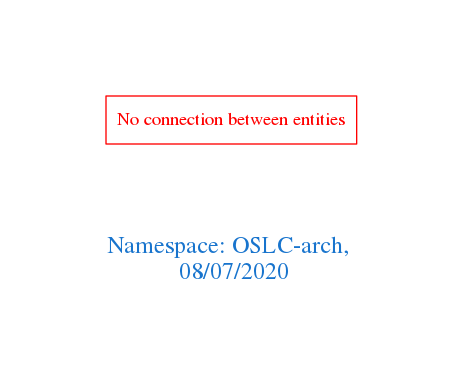
arago/OGIT keeps this Graphviz diagram as downloads/OSLC-arch.png. Above is the earlier version. Its source is kept beside it as downloads/OSLC-arch.dot.
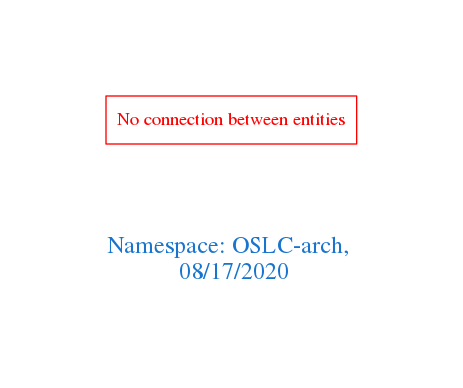
Later version of the same file.

Change to the diagram source:
```diff
@@ -1,7 +1,7 @@
 digraph OGIT_ontology {
  graph [ rankdir= LR,pad=1
 fontsize = 18,
-fontcolor= dodgerblue3,label = "\n\n\nNamespace: OSLC-arch, \n 08/07/2020"];
+fontcolor= dodgerblue3,label = "\n\n\nNamespace: OSLC-arch, \n 08/17/2020"];
 node[shape=polygon];
 edge [  color="gray81"];
 
```
